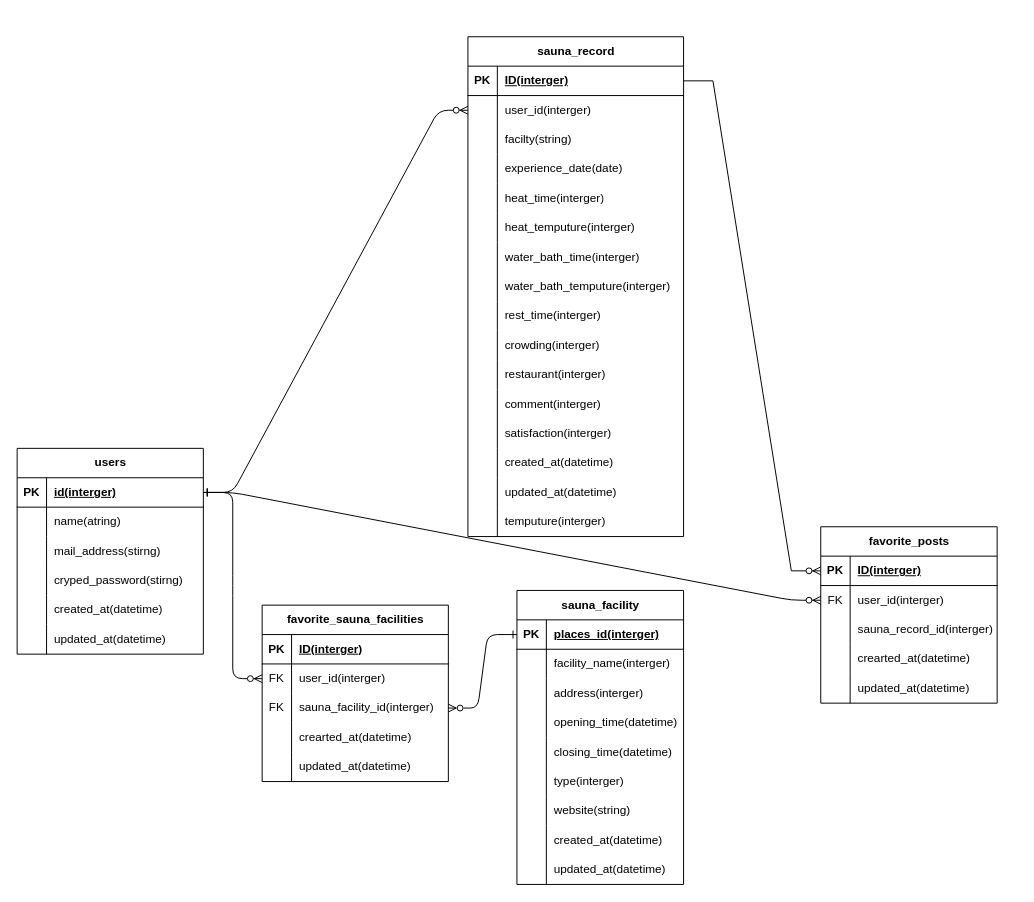
This is ER.drawio from kakaka1996/sauna_app, a draw.io file, before an edit. Source tidied: cells renumbered, new cells numbered last; positions are measured from the earlier drawing's top-left corner, leaving out a move shared by most shapes. Both pictures are drawn from the tidied source at 98%, with x=0, y=0 at pixel (17, 36).
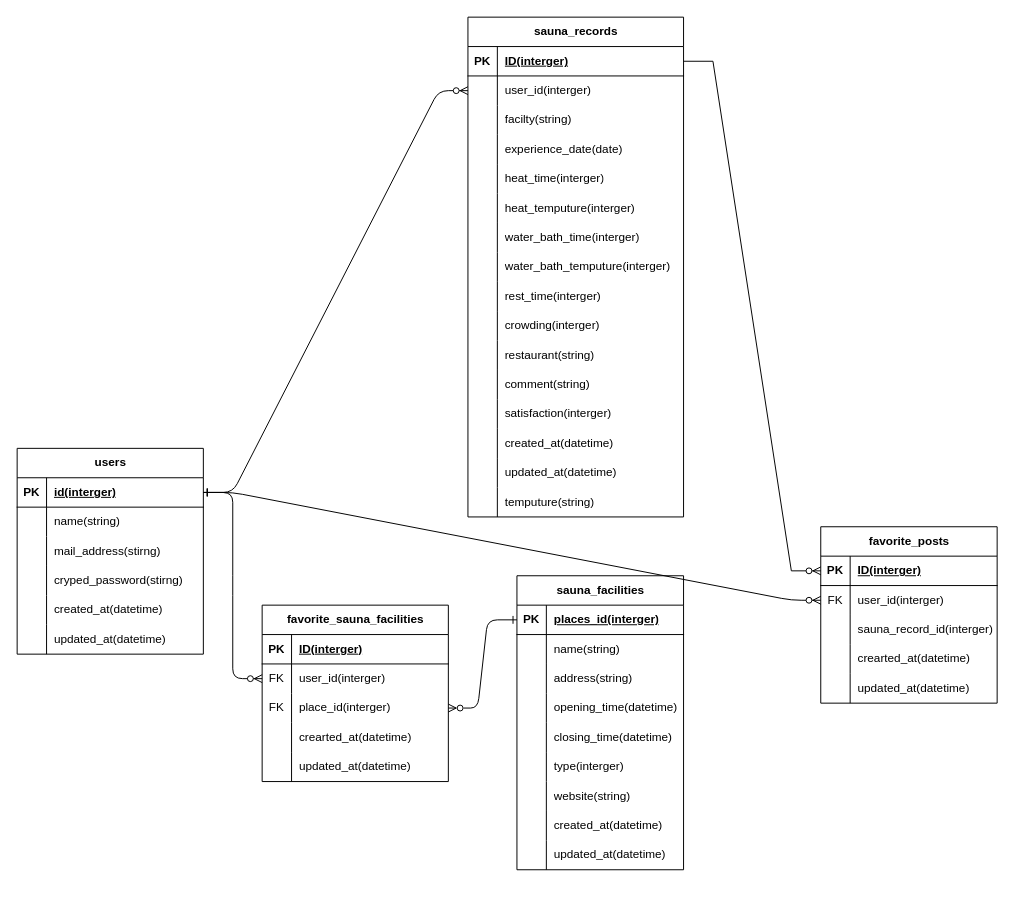
Above is the later version.

Commit message:
コメントに対する修正（２回目）

The change refers to these unchanged cells:
```xml
<mxCell id="3" style="shape=tableRow;horizontal=0;startSize=0;swimlaneHead=0;swimlaneBody=0;fillColor=none;points=[[0,0.5],[1,0.5]];portConstraint=eastwest;top=0;left=0;right=0;bottom=1;" parent="2" vertex="1">
  <mxGeometry y="30" width="190" height="30" as="geometry" />
</mxCell>
<mxCell id="6" style="shape=tableRow;horizontal=0;startSize=0;swimlaneHead=0;swimlaneBody=0;fillColor=none;top=0;left=0;right=0;bottom=0;" parent="2" vertex="1">
  <mxGeometry y="60" width="190" height="30" as="geometry" />
</mxCell>
<mxCell id="56" style="shape=tableRow;horizontal=0;startSize=0;swimlaneHead=0;swimlaneBody=0;fillColor=none;top=0;left=0;right=0;bottom=0;" parent="25" vertex="1">
  <mxGeometry y="330" width="220" height="30" as="geometry" />
</mxCell>
<mxCell id="59" style="shape=tableRow;horizontal=0;startSize=0;swimlaneHead=0;swimlaneBody=0;fillColor=none;top=0;left=0;right=0;bottom=0;" parent="25" vertex="1">
  <mxGeometry y="360" width="220" height="30" as="geometry" />
</mxCell>
<mxCell id="71" style="shape=tableRow;horizontal=0;startSize=0;swimlaneHead=0;swimlaneBody=0;fillColor=none;top=0;left=0;right=0;bottom=0;" parent="25" vertex="1">
  <mxGeometry y="480" width="220" height="30" as="geometry" />
</mxCell>
<mxCell id="78" style="shape=tableRow;horizontal=0;startSize=0;swimlaneHead=0;swimlaneBody=0;fillColor=none;points=[[0,0.5],[1,0.5]];portConstraint=eastwest;top=0;left=0;right=0;bottom=0;" parent="74" vertex="1">
  <mxGeometry y="60" width="180" height="30" as="geometry" />
</mxCell>
<mxCell id="94" style="shape=tableRow;horizontal=0;startSize=0;swimlaneHead=0;swimlaneBody=0;fillColor=none;top=0;left=0;right=0;bottom=0;" parent="90" vertex="1">
  <mxGeometry y="60" width="170" height="30" as="geometry" />
</mxCell>
<mxCell id="97" style="shape=tableRow;horizontal=0;startSize=0;swimlaneHead=0;swimlaneBody=0;fillColor=none;top=0;left=0;right=0;bottom=0;" parent="90" vertex="1">
  <mxGeometry y="90" width="170" height="30" as="geometry" />
</mxCell>
<mxCell id="125" style="shape=tableRow;horizontal=0;startSize=0;swimlaneHead=0;swimlaneBody=0;fillColor=none;points=[[0,0.5],[1,0.5]];portConstraint=eastwest;top=0;left=0;right=0;bottom=0;" parent="118" vertex="1">
  <mxGeometry y="90" width="190" height="30" as="geometry" />
</mxCell>
```

What changed in the source:
```diff
@@
-    <mxCell id="8" value="name(atring)" style="shape=partialRectangle;fillColor=none;top=0;left=0;bottom=0;right=0;align=left;spacingLeft=6;overflow=hidden;whiteSpace=wrap;html=1;" parent="6" vertex="1">
+    <mxCell id="8" value="name(string)" style="shape=partialRectangle;fillColor=none;top=0;left=0;bottom=0;right=0;align=left;spacingLeft=6;overflow=hidden;whiteSpace=wrap;html=1;" parent="6" vertex="1">
       <mxGeometry x="30" width="160" height="30" as="geometry" />
     </mxCell>
@@
-    <mxCell id="25" value="sauna_record" style="shape=table;startSize=30;childLayout=tableLayout;rowLines=0;fontStyle=1;align=center;html=1;" parent="1" vertex="1">
-      <mxGeometry x="460" width="220" height="510" as="geometry" />
+    <mxCell id="25" value="sauna_records" style="shape=table;startSize=30;childLayout=tableLayout;rowLines=0;fontStyle=1;align=center;html=1;" parent="1" vertex="1">
+      <mxGeometry x="460" y="-20" width="220" height="510" as="geometry" />
     </mxCell>
@@
-    <mxCell id="58" value="restaurant(interger)" style="shape=partialRectangle;fillColor=none;top=0;left=0;bottom=0;right=0;align=left;spacingLeft=6;overflow=hidden;whiteSpace=wrap;html=1;" parent="56" vertex="1">
+    <mxCell id="58" value="restaurant(string)" style="shape=partialRectangle;fillColor=none;top=0;left=0;bottom=0;right=0;align=left;spacingLeft=6;overflow=hidden;whiteSpace=wrap;html=1;" parent="56" vertex="1">
       <mxGeometry x="30" width="190" height="30" as="geometry" />
     </mxCell>
@@
-    <mxCell id="61" value="comment(interger)" style="shape=partialRectangle;fillColor=none;top=0;left=0;bottom=0;right=0;align=left;spacingLeft=6;overflow=hidden;whiteSpace=wrap;html=1;" parent="59" vertex="1">
+    <mxCell id="61" value="comment(string)" style="shape=partialRectangle;fillColor=none;top=0;left=0;bottom=0;right=0;align=left;spacingLeft=6;overflow=hidden;whiteSpace=wrap;html=1;" parent="59" vertex="1">
       <mxGeometry x="30" width="190" height="30" as="geometry" />
     </mxCell>
@@
-    <mxCell id="73" value="temputure(interger)" style="shape=partialRectangle;fillColor=none;top=0;left=0;bottom=0;right=0;align=left;spacingLeft=6;overflow=hidden;whiteSpace=wrap;html=1;" parent="71" vertex="1">
+    <mxCell id="73" value="temputure(string)" style="shape=partialRectangle;fillColor=none;top=0;left=0;bottom=0;right=0;align=left;spacingLeft=6;overflow=hidden;whiteSpace=wrap;html=1;" parent="71" vertex="1">
       <mxGeometry x="30" width="190" height="30" as="geometry" />
     </mxCell>
@@
-    <mxCell id="90" value="sauna_facility" style="shape=table;startSize=30;childLayout=tableLayout;rowLines=0;fontStyle=1;align=center;html=1;" parent="1" vertex="1">
-      <mxGeometry x="510" y="565" width="170" height="300" as="geometry" />
+    <mxCell id="90" value="sauna_facilities" style="shape=table;startSize=30;childLayout=tableLayout;rowLines=0;fontStyle=1;align=center;html=1;" parent="1" vertex="1">
+      <mxGeometry x="510" y="550" width="170" height="300" as="geometry" />
     </mxCell>
@@
-    <mxCell id="96" value="facility_name(interger)" style="shape=partialRectangle;fillColor=none;top=0;left=0;bottom=0;right=0;align=left;spacingLeft=6;overflow=hidden;whiteSpace=wrap;html=1;" parent="94" vertex="1">
+    <mxCell id="96" value="name(string)" style="shape=partialRectangle;fillColor=none;top=0;left=0;bottom=0;right=0;align=left;spacingLeft=6;overflow=hidden;whiteSpace=wrap;html=1;" parent="94" vertex="1">
       <mxGeometry x="30" width="140" height="30" as="geometry" />
     </mxCell>
@@
-    <mxCell id="99" value="address(interger)" style="shape=partialRectangle;fillColor=none;top=0;left=0;bottom=0;right=0;align=left;spacingLeft=6;overflow=hidden;whiteSpace=wrap;html=1;" parent="97" vertex="1">
+    <mxCell id="99" value="address(string)" style="shape=partialRectangle;fillColor=none;top=0;left=0;bottom=0;right=0;align=left;spacingLeft=6;overflow=hidden;whiteSpace=wrap;html=1;" parent="97" vertex="1">
       <mxGeometry x="30" width="140" height="30" as="geometry" />
     </mxCell>
@@
-    <mxCell id="127" value="sauna_facility_id(interger)" style="shape=partialRectangle;fillColor=none;top=0;left=0;bottom=0;right=0;align=left;spacingLeft=6;overflow=hidden;whiteSpace=wrap;html=1;" parent="125" vertex="1">
+    <mxCell id="127" value="place_id(interger)" style="shape=partialRectangle;fillColor=none;top=0;left=0;bottom=0;right=0;align=left;spacingLeft=6;overflow=hidden;whiteSpace=wrap;html=1;" parent="125" vertex="1">
       <mxGeometry x="30" width="160" height="30" as="geometry" />
     </mxCell>
@@
     <mxCell id="135" style="edgeStyle=entityRelationEdgeStyle;fontSize=12;html=1;endArrow=ERzeroToMany;endFill=1;startArrow=ERone;startFill=0;exitX=1;exitY=0.5;exitDx=0;exitDy=0;entryX=0;entryY=0.5;entryDx=0;entryDy=0;" parent="1" edge="1" source="3" target="78">
       <mxGeometry relative="1" as="geometry">
         <Array as="points">
-          <mxPoint x="530" y="655" />
+          <mxPoint x="540" y="630" />
         </Array>
       </mxGeometry>
     </mxCell>
```
